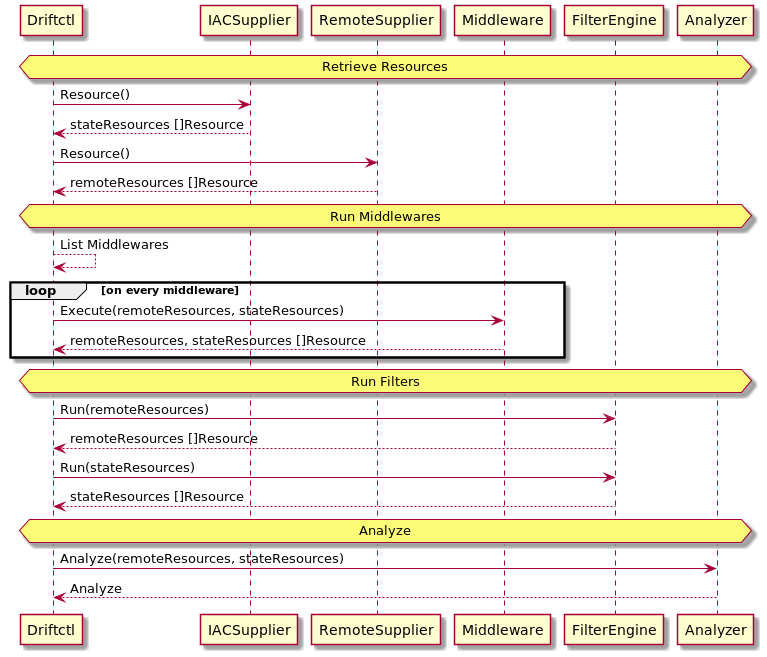
Above: docs/media/generalflow.png in snyk/driftctl (PlantUML), before the change.
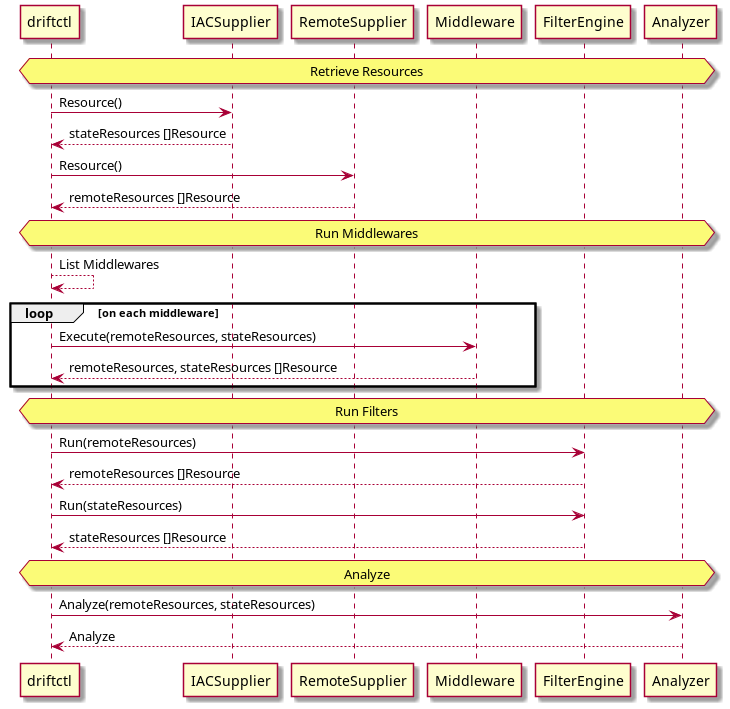
Later version of the same file.

Change to the diagram source:
```diff
@@ -1,26 +1,26 @@
 @startuml
 hnote across: Retrieve Resources
-Driftctl -> IACSupplier: Resource()
-IACSupplier --> Driftctl: stateResources []Resource
-Driftctl -> RemoteSupplier: Resource()
-RemoteSupplier --> Driftctl: remoteResources []Resource
+driftctl -> IACSupplier: Resource()
+IACSupplier --> driftctl: stateResources []Resource
+driftctl -> RemoteSupplier: Resource()
+RemoteSupplier --> driftctl: remoteResources []Resource
 
 hnote across: Run Middlewares
-Driftctl --> Driftctl: List Middlewares
-loop on every middleware
-Driftctl -> Middleware: Execute(remoteResources, stateResources)
-Middleware --> Driftctl: remoteResources, stateResources []Resource
+driftctl --> driftctl: List Middlewares
+loop on each middleware
+driftctl -> Middleware: Execute(remoteResources, stateResources)
+Middleware --> driftctl: remoteResources, stateResources []Resource
 end
 
 hnote across: Run Filters
-Driftctl -> FilterEngine: Run(remoteResources)
-FilterEngine --> Driftctl: remoteResources []Resource
-Driftctl -> FilterEngine: Run(stateResources)
-FilterEngine --> Driftctl: stateResources []Resource
+driftctl -> FilterEngine: Run(remoteResources)
+FilterEngine --> driftctl: remoteResources []Resource
+driftctl -> FilterEngine: Run(stateResources)
+FilterEngine --> driftctl: stateResources []Resource
 
 hnote across: Analyze
-Driftctl -> Analyzer: Analyze(remoteResources, stateResources)
-Analyzer --> Driftctl: Analyze
+driftctl -> Analyzer: Analyze(remoteResources, stateResources)
+Analyzer --> driftctl: Analyze
 
 
 @enduml
```
